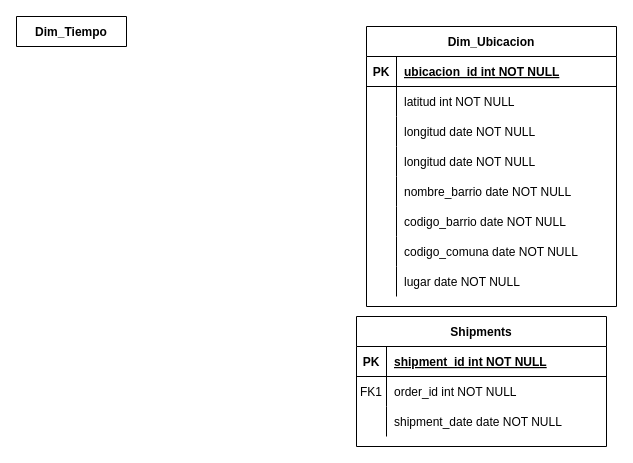
Above: Diagrama sin título.drawio in JonhNino/Book-s (draw.io), before the change. Source tidied: cells renumbered, new cells numbered last; positions are measured from the earlier drawing's top-left corner, leaving out a move shared by most shapes. Both pictures are drawn from the tidied source at 100%, with x=0, y=0 at pixel (16, 16).
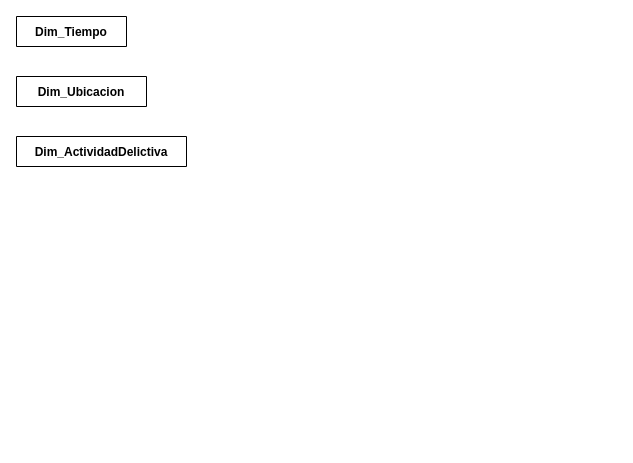
The same page after the edit.

Commit message:
Dim_ActividaDelictiva

Diff of the diagram source:
```diff
@@
-    <mxCell id="2" value="Dim_Ubicacion" style="shape=table;startSize=30;childLayout=tableLayout;rowLines=0;fontStyle=1;align=center;" parent="1" vertex="1">
-      <mxGeometry x="350" y="10" width="250" height="280" as="geometry" />
+    <mxCell id="2" value="Dim_Ubicacion" style="shape=table;startSize=30;childLayout=tableLayout;rowLines=0;fontStyle=1;align=center;" parent="1" vertex="1" collapsed="1">
+      <mxGeometry y="60" width="130" height="30" as="geometry" />
     </mxCell>
-    <mxCell id="3" style="shape=partialRectangle;fillColor=none;top=0;left=0;right=0;bottom=1;" parent="2" vertex="1">
-      <mxGeometry y="30" width="250" height="30" as="geometry" />
-    </mxCell>
-    <mxCell id="4" value="PK" style="shape=partialRectangle;overflow=hidden;fillColor=none;top=0;left=0;bottom=0;right=0;fontStyle=1;" parent="3" vertex="1">
-      <mxGeometry width="30" height="30" as="geometry" />
-    </mxCell>
-    <mxCell id="5" value="ubicacion_id int NOT NULL " style="shape=partialRectangle;overflow=hidden;fillColor=none;top=0;left=0;bottom=0;right=0;align=left;spacingLeft=6;fontStyle=5;" parent="3" vertex="1">
-      <mxGeometry x="30" width="220" height="30" as="geometry" />
-    </mxCell>
-    <mxCell id="6" style="shape=partialRectangle;fillColor=none;top=0;left=0;right=0;bottom=0;" parent="2" vertex="1">
-      <mxGeometry y="60" width="250" height="30" as="geometry" />
-    </mxCell>
-    <mxCell id="7" style="shape=partialRectangle;overflow=hidden;fillColor=none;top=0;left=0;bottom=0;right=0;" parent="6" vertex="1">
-      <mxGeometry width="30" height="30" as="geometry" />
-    </mxCell>
-    <mxCell id="8" value="latitud int NOT NULL" style="shape=partialRectangle;overflow=hidden;fillColor=none;top=0;left=0;bottom=0;right=0;align=left;spacingLeft=6;" parent="6" vertex="1">
-      <mxGeometry x="30" width="220" height="30" as="geometry" />
-    </mxCell>
-    <mxCell id="9" style="shape=partialRectangle;fillColor=none;top=0;left=0;right=0;bottom=0;" parent="2" vertex="1">
-      <mxGeometry y="90" width="250" height="30" as="geometry" />
-    </mxCell>
-    <mxCell id="10" style="shape=partialRectangle;overflow=hidden;fillColor=none;top=0;left=0;bottom=0;right=0;" parent="9" vertex="1">
-      <mxGeometry width="30" height="30" as="geometry" />
-    </mxCell>
-    <mxCell id="11" value="longitud date NOT NULL" style="shape=partialRectangle;overflow=hidden;fillColor=none;top=0;left=0;bottom=0;right=0;align=left;spacingLeft=6;" parent="9" vertex="1">
-      <mxGeometry x="30" width="220" height="30" as="geometry" />
-    </mxCell>
-    <mxCell id="12" style="shape=partialRectangle;fillColor=none;top=0;left=0;right=0;bottom=0;" parent="2" vertex="1">
-      <mxGeometry y="120" width="250" height="30" as="geometry" />
-    </mxCell>
-    <mxCell id="13" style="shape=partialRectangle;overflow=hidden;fillColor=none;top=0;left=0;bottom=0;right=0;" parent="12" vertex="1">
-      <mxGeometry width="30" height="30" as="geometry" />
-    </mxCell>
-    <mxCell id="14" value="longitud date NOT NULL" style="shape=partialRectangle;overflow=hidden;fillColor=none;top=0;left=0;bottom=0;right=0;align=left;spacingLeft=6;" parent="12" vertex="1">
-      <mxGeometry x="30" width="220" height="30" as="geometry" />
-    </mxCell>
-    <mxCell id="15" style="shape=partialRectangle;fillColor=none;top=0;left=0;right=0;bottom=0;" parent="2" vertex="1">
-      <mxGeometry y="150" width="250" height="30" as="geometry" />
-    </mxCell>
-    <mxCell id="16" style="shape=partialRectangle;overflow=hidden;fillColor=none;top=0;left=0;bottom=0;right=0;" parent="15" vertex="1">
-      <mxGeometry width="30" height="30" as="geometry" />
-    </mxCell>
-    <mxCell id="17" value="nombre_barrio date NOT NULL" style="shape=partialRectangle;overflow=hidden;fillColor=none;top=0;left=0;bottom=0;right=0;align=left;spacingLeft=6;" parent="15" vertex="1">
-      <mxGeometry x="30" width="220" height="30" as="geometry" />
-    </mxCell>
-    <mxCell id="18" style="shape=partialRectangle;fillColor=none;top=0;left=0;right=0;bottom=0;" parent="2" vertex="1">
-      <mxGeometry y="180" width="250" height="30" as="geometry" />
-    </mxCell>
-    <mxCell id="19" style="shape=partialRectangle;overflow=hidden;fillColor=none;top=0;left=0;bottom=0;right=0;" parent="18" vertex="1">
-      <mxGeometry width="30" height="30" as="geometry" />
-    </mxCell>
-    <mxCell id="20" value="codigo_barrio date NOT NULL" style="shape=partialRectangle;overflow=hidden;fillColor=none;top=0;left=0;bottom=0;right=0;align=left;spacingLeft=6;" parent="18" vertex="1">
-      <mxGeometry x="30" width="220" height="30" as="geometry" />
-    </mxCell>
-    <mxCell id="21" style="shape=partialRectangle;fillColor=none;top=0;left=0;right=0;bottom=0;" parent="2" vertex="1">
-      <mxGeometry y="210" width="250" height="30" as="geometry" />
-    </mxCell>
-    <mxCell id="22" style="shape=partialRectangle;overflow=hidden;fillColor=none;top=0;left=0;bottom=0;right=0;" parent="21" vertex="1">
-      <mxGeometry width="30" height="30" as="geometry" />
-    </mxCell>
-    <mxCell id="23" value="codigo_comuna date NOT NULL" style="shape=partialRectangle;overflow=hidden;fillColor=none;top=0;left=0;bottom=0;right=0;align=left;spacingLeft=6;" parent="21" vertex="1">
-      <mxGeometry x="30" width="220" height="30" as="geometry" />
-    </mxCell>
-    <mxCell id="24" style="shape=partialRectangle;fillColor=none;top=0;left=0;right=0;bottom=0;" parent="2" vertex="1">
-      <mxGeometry y="240" width="250" height="30" as="geometry" />
-    </mxCell>
-    <mxCell id="25" style="shape=partialRectangle;overflow=hidden;fillColor=none;top=0;left=0;bottom=0;right=0;" parent="24" vertex="1">
-      <mxGeometry width="30" height="30" as="geometry" />
-    </mxCell>
-    <mxCell id="26" value="lugar date NOT NULL" style="shape=partialRectangle;overflow=hidden;fillColor=none;top=0;left=0;bottom=0;right=0;align=left;spacingLeft=6;" parent="24" vertex="1">
-      <mxGeometry x="30" width="220" height="30" as="geometry" />
-    </mxCell>
-    <mxCell id="27" value="Shipments" style="shape=table;startSize=30;childLayout=tableLayout;rowLines=0;fontStyle=1;align=center;" parent="1" vertex="1">
-      <mxGeometry x="340" y="300" width="250" height="130" as="geometry" />
+    <mxCell id="27" value="Dim_ActividadDelictiva" style="shape=table;startSize=30;childLayout=tableLayout;rowLines=0;fontStyle=1;align=center;" parent="1" vertex="1" collapsed="1">
+      <mxGeometry y="120" width="170" height="30" as="geometry" />
     </mxCell>
-    <mxCell id="28" style="shape=partialRectangle;fillColor=none;top=0;left=0;right=0;bottom=1;" parent="27" vertex="1">
-      <mxGeometry y="30" width="250" height="30" as="geometry" />
-    </mxCell>
-    <mxCell id="29" value="PK" style="shape=partialRectangle;overflow=hidden;fillColor=none;top=0;left=0;bottom=0;right=0;fontStyle=1;" parent="28" vertex="1">
-      <mxGeometry width="30" height="30" as="geometry" />
-    </mxCell>
-    <mxCell id="30" value="shipment_id int NOT NULL " style="shape=partialRectangle;overflow=hidden;fillColor=none;top=0;left=0;bottom=0;right=0;align=left;spacingLeft=6;fontStyle=5;" parent="28" vertex="1">
-      <mxGeometry x="30" width="220" height="30" as="geometry" />
-    </mxCell>
-    <mxCell id="31" style="shape=partialRectangle;fillColor=none;top=0;left=0;right=0;bottom=0;" parent="27" vertex="1">
-      <mxGeometry y="60" width="250" height="30" as="geometry" />
-    </mxCell>
-    <mxCell id="32" value="FK1" style="shape=partialRectangle;overflow=hidden;fillColor=none;top=0;left=0;bottom=0;right=0;" parent="31" vertex="1">
-      <mxGeometry width="30" height="30" as="geometry" />
-    </mxCell>
-    <mxCell id="33" value="order_id int NOT NULL" style="shape=partialRectangle;overflow=hidden;fillColor=none;top=0;left=0;bottom=0;right=0;align=left;spacingLeft=6;" parent="31" vertex="1">
-      <mxGeometry x="30" width="220" height="30" as="geometry" />
-    </mxCell>
-    <mxCell id="34" style="shape=partialRectangle;fillColor=none;top=0;left=0;right=0;bottom=0;" parent="27" vertex="1">
-      <mxGeometry y="90" width="250" height="30" as="geometry" />
-    </mxCell>
-    <mxCell id="35" style="shape=partialRectangle;overflow=hidden;fillColor=none;top=0;left=0;bottom=0;right=0;" parent="34" vertex="1">
-      <mxGeometry width="30" height="30" as="geometry" />
-    </mxCell>
-    <mxCell id="36" value="shipment_date date NOT NULL" style="shape=partialRectangle;overflow=hidden;fillColor=none;top=0;left=0;bottom=0;right=0;align=left;spacingLeft=6;" parent="34" vertex="1">
-      <mxGeometry x="30" width="220" height="30" as="geometry" />
-    </mxCell>
```
